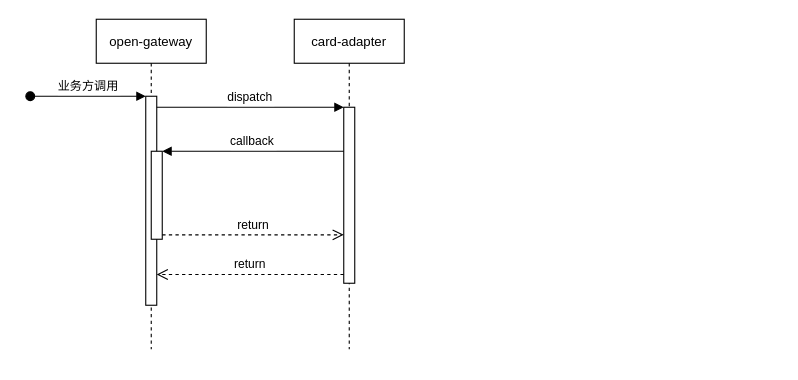
The draw.io diagram 未命名绘图.drawio in leaderyangzi/12306, before the edit. Source tidied: cells renumbered, new cells numbered last; positions are measured from the earlier drawing's top-left corner, leaving out a move shared by most shapes. Both pictures are drawn from the tidied source at 110%, with x=0, y=0 at pixel (30, 19).
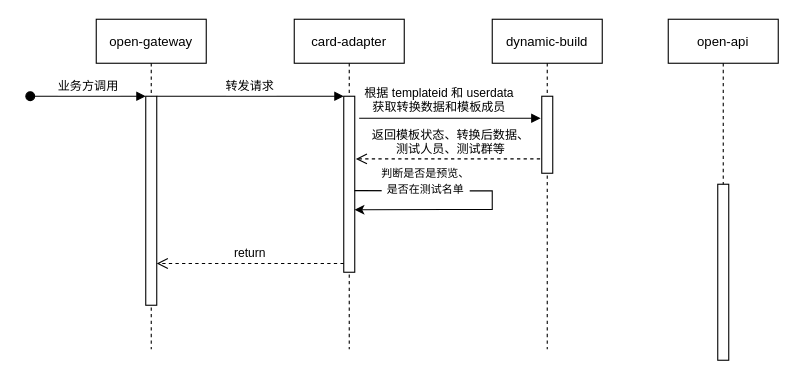
The same page after the edit.

Commit message:
更新未命名绘图.drawio

The change refers to these unchanged cells:
```xml
<mxCell id="2" value="open-gateway" style="shape=umlLifeline;perimeter=lifelinePerimeter;rounded=0;shadow=0;strokeWidth=1;" parent="1" vertex="1">
  <mxGeometry x="60" width="100" height="300" as="geometry" />
</mxCell>
<mxCell id="3" style="points=[];perimeter=orthogonalPerimeter;rounded=0;shadow=0;strokeWidth=1;" parent="2" vertex="1">
  <mxGeometry x="45" y="70" width="10" height="190" as="geometry" />
</mxCell>
<mxCell id="6" value="card-adapter" style="shape=umlLifeline;perimeter=lifelinePerimeter;rounded=0;shadow=0;strokeWidth=1;" parent="1" vertex="1">
  <mxGeometry x="240" width="100" height="300" as="geometry" />
</mxCell>
```

Diff of the diagram source:
```diff
@@
-    <mxCell id="5" style="points=[];perimeter=orthogonalPerimeter;rounded=0;shadow=0;strokeWidth=1;" parent="2" vertex="1">
-      <mxGeometry x="50" y="120" width="10" height="80" as="geometry" />
-    </mxCell>
@@
     <mxCell id="7" style="points=[];perimeter=orthogonalPerimeter;rounded=0;shadow=0;strokeWidth=1;" parent="6" vertex="1">
-      <mxGeometry x="45" y="80" width="10" height="160" as="geometry" />
+      <mxGeometry x="45" y="70" width="10" height="160" as="geometry" />
     </mxCell>
+    <mxCell id="12" style="endArrow=classic;html=1;rounded=0;exitX=0.982;exitY=0.536;exitDx=0;exitDy=0;exitPerimeter=0;entryX=0.982;entryY=0.645;entryDx=0;entryDy=0;entryPerimeter=0;" parent="6" edge="1" source="7" target="7">
+      <mxGeometry relative="1" as="geometry">
+        <Array as="points">
+          <mxPoint x="140" y="156" />
+          <mxPoint x="180" y="156" />
+          <mxPoint x="180" y="173" />
+          <mxPoint x="140" y="173" />
+        </Array>
+      </mxGeometry>
+    </mxCell>
+    <mxCell id="13" value="&lt;font style=&quot;font-size: 10px;&quot;&gt;判断是否是预览、&lt;br&gt;是否在测试名单&lt;/font&gt;" style="edgeLabel;html=1;align=center;verticalAlign=middle;" parent="12" vertex="1">
+      <mxGeometry x="-0.58" y="3" relative="1" as="geometry">
+        <mxPoint x="8" y="-6" as="offset" />
+      </mxGeometry>
+    </mxCell>
@@
-    <mxCell id="9" value="dispatch" style="verticalAlign=bottom;endArrow=block;entryX=0;entryY=0;shadow=0;strokeWidth=1;" parent="1" edge="1" source="3" target="7">
+    <mxCell id="9" value="转发请求" style="verticalAlign=bottom;endArrow=block;entryX=0;entryY=0;shadow=0;strokeWidth=1;" parent="1" edge="1" source="3" target="7">
       <mxGeometry relative="1" as="geometry" />
     </mxCell>
+    <mxCell id="11" value="返回模板状态、转换后数据、&#10;测试人员、测试群等" style="verticalAlign=bottom;endArrow=open;dashed=1;endSize=8;shadow=0;strokeWidth=1;entryX=1.1;entryY=0.356;entryDx=0;entryDy=0;entryPerimeter=0;" parent="1" edge="1" source="14" target="7">
+      <mxGeometry relative="1" as="geometry" />
+    </mxCell>
+    <mxCell id="14" value="dynamic-build" style="shape=umlLifeline;perimeter=lifelinePerimeter;rounded=0;shadow=0;strokeWidth=1;" parent="1" vertex="1">
+      <mxGeometry x="420" width="100" height="300" as="geometry" />
+    </mxCell>
+    <mxCell id="15" style="perimeter=orthogonalPerimeter;rounded=0;shadow=0;strokeWidth=1;" parent="14" vertex="1">
+      <mxGeometry x="45" y="70" width="10" height="70" as="geometry" />
+    </mxCell>
-    <mxCell id="10" value="callback" style="verticalAlign=bottom;endArrow=block;entryX=1;entryY=0;shadow=0;strokeWidth=1;" parent="1" edge="1" source="7" target="5">
-      <mxGeometry relative="1" as="geometry" />
+    <mxCell id="10" value="根据 templateid 和 userdata&#10;获取转换数据和模板成员" style="verticalAlign=bottom;endArrow=block;shadow=0;strokeWidth=1;" parent="1" edge="1">
+      <mxGeometry x="-0.11" y="1" relative="1" as="geometry">
+        <mxPoint x="299" y="90" as="sourcePoint" />
+        <mxPoint x="464" y="90" as="targetPoint" />
+        <Array as="points">
+          <mxPoint x="374" y="90" />
+          <mxPoint x="414" y="90" />
+        </Array>
+      </mxGeometry>
     </mxCell>
-    <mxCell id="11" value="return" style="verticalAlign=bottom;endArrow=open;dashed=1;endSize=8;exitX=1;exitY=0.95;shadow=0;strokeWidth=1;" parent="1" edge="1" source="5" target="7">
-      <mxGeometry relative="1" as="geometry" />
-    </mxCell>
+    <mxCell id="16" value="open-api" style="shape=umlLifeline;perimeter=lifelinePerimeter;rounded=0;shadow=0;strokeWidth=1;" parent="1" vertex="1">
+      <mxGeometry x="580" width="100" height="300" as="geometry" />
+    </mxCell>
+    <mxCell id="17" style="perimeter=orthogonalPerimeter;rounded=0;shadow=0;strokeWidth=1;" parent="16" vertex="1">
+      <mxGeometry x="45" y="150" width="10" height="160" as="geometry" />
+    </mxCell>
```
